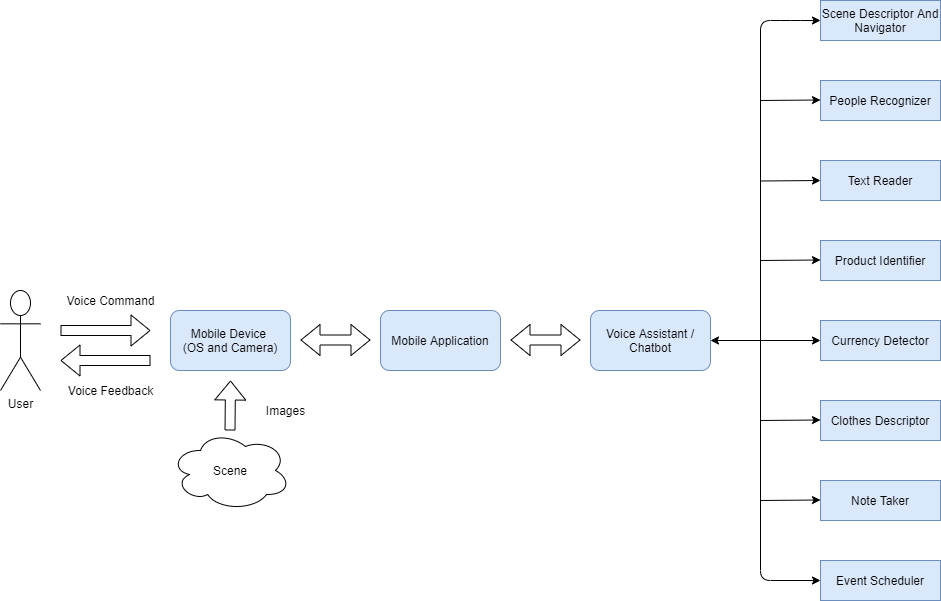
Before: Drawio/System Design.png, a diagram exported from draw.io (ahmedmoh1234/Graduation-Project). Source tidied: cells renumbered, new cells last; positions are measured from the earlier drawing's top-left corner, leaving out a move shared by most shapes.
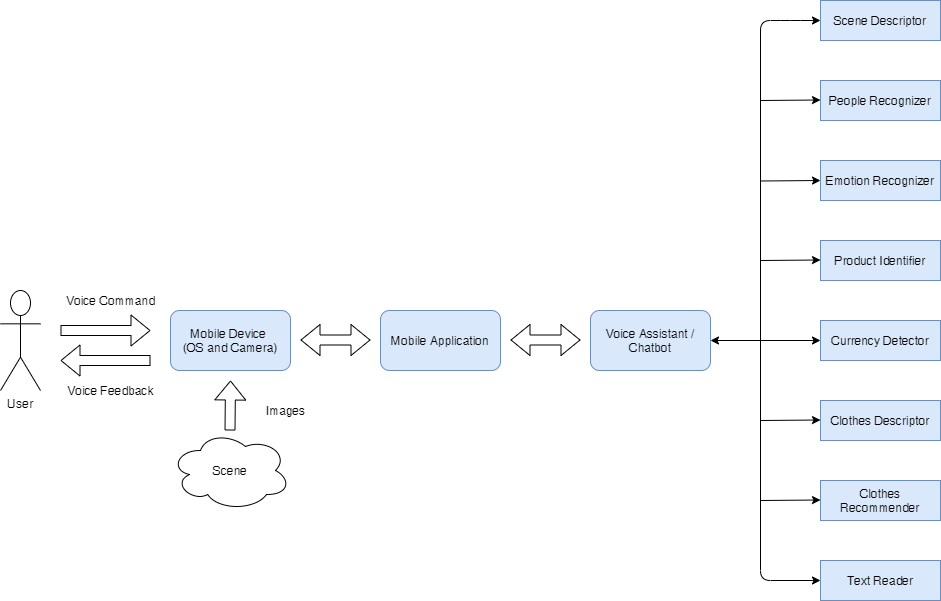
After the commit.

What changed in the source:
```diff
@@ -35,13 +35,13 @@
         <mxPoint x="230" y="380" as="targetPoint" />
       </mxGeometry>
     </mxCell>
-    <mxCell id="10" value="Scene Descriptor And Navigator" style="rounded=0;whiteSpace=wrap;html=1;fillColor=#dae8fc;strokeColor=#6c8ebf;" parent="1" vertex="1">
+    <mxCell id="10" value="Scene Descriptor" style="rounded=0;whiteSpace=wrap;html=1;fillColor=#dae8fc;strokeColor=#6c8ebf;" parent="1" vertex="1">
       <mxGeometry x="820" width="120" height="40" as="geometry" />
     </mxCell>
     <mxCell id="11" value="People Recognizer" style="rounded=0;whiteSpace=wrap;html=1;fillColor=#dae8fc;strokeColor=#6c8ebf;" parent="1" vertex="1">
       <mxGeometry x="820" y="80" width="120" height="40" as="geometry" />
     </mxCell>
-    <mxCell id="12" value="Text Reader" style="rounded=0;whiteSpace=wrap;html=1;fillColor=#dae8fc;strokeColor=#6c8ebf;" parent="1" vertex="1">
+    <mxCell id="12" value="Emotion Recognizer" style="rounded=0;whiteSpace=wrap;html=1;fillColor=#dae8fc;strokeColor=#6c8ebf;" parent="1" vertex="1">
       <mxGeometry x="820" y="160" width="120" height="40" as="geometry" />
     </mxCell>
     <mxCell id="13" value="Product Identifier" style="rounded=0;whiteSpace=wrap;html=1;fillColor=#dae8fc;strokeColor=#6c8ebf;" parent="1" vertex="1">
@@ -53,10 +53,10 @@
     <mxCell id="15" value="Clothes Descriptor" style="rounded=0;whiteSpace=wrap;html=1;fillColor=#dae8fc;strokeColor=#6c8ebf;" parent="1" vertex="1">
       <mxGeometry x="820" y="400" width="120" height="40" as="geometry" />
     </mxCell>
-    <mxCell id="16" value="Note Taker" style="rounded=0;whiteSpace=wrap;html=1;fillColor=#dae8fc;strokeColor=#6c8ebf;" parent="1" vertex="1">
+    <mxCell id="16" value="Clothes Recommender" style="rounded=0;whiteSpace=wrap;html=1;fillColor=#dae8fc;strokeColor=#6c8ebf;" parent="1" vertex="1">
       <mxGeometry x="820" y="480" width="120" height="40" as="geometry" />
     </mxCell>
-    <mxCell id="17" value="Event Scheduler" style="rounded=0;whiteSpace=wrap;html=1;fillColor=#dae8fc;strokeColor=#6c8ebf;" parent="1" vertex="1">
+    <mxCell id="17" value="Text Reader" style="rounded=0;whiteSpace=wrap;html=1;fillColor=#dae8fc;strokeColor=#6c8ebf;" parent="1" vertex="1">
       <mxGeometry x="820" y="560" width="120" height="40" as="geometry" />
     </mxCell>
     <mxCell id="18" style="endArrow=classic;html=1;exitX=1;exitY=0.5;exitDx=0;exitDy=0;entryX=0;entryY=0.5;entryDx=0;entryDy=0;entryPerimeter=0;startArrow=classic;startFill=1;" parent="1" edge="1" source="5" target="14">
```
